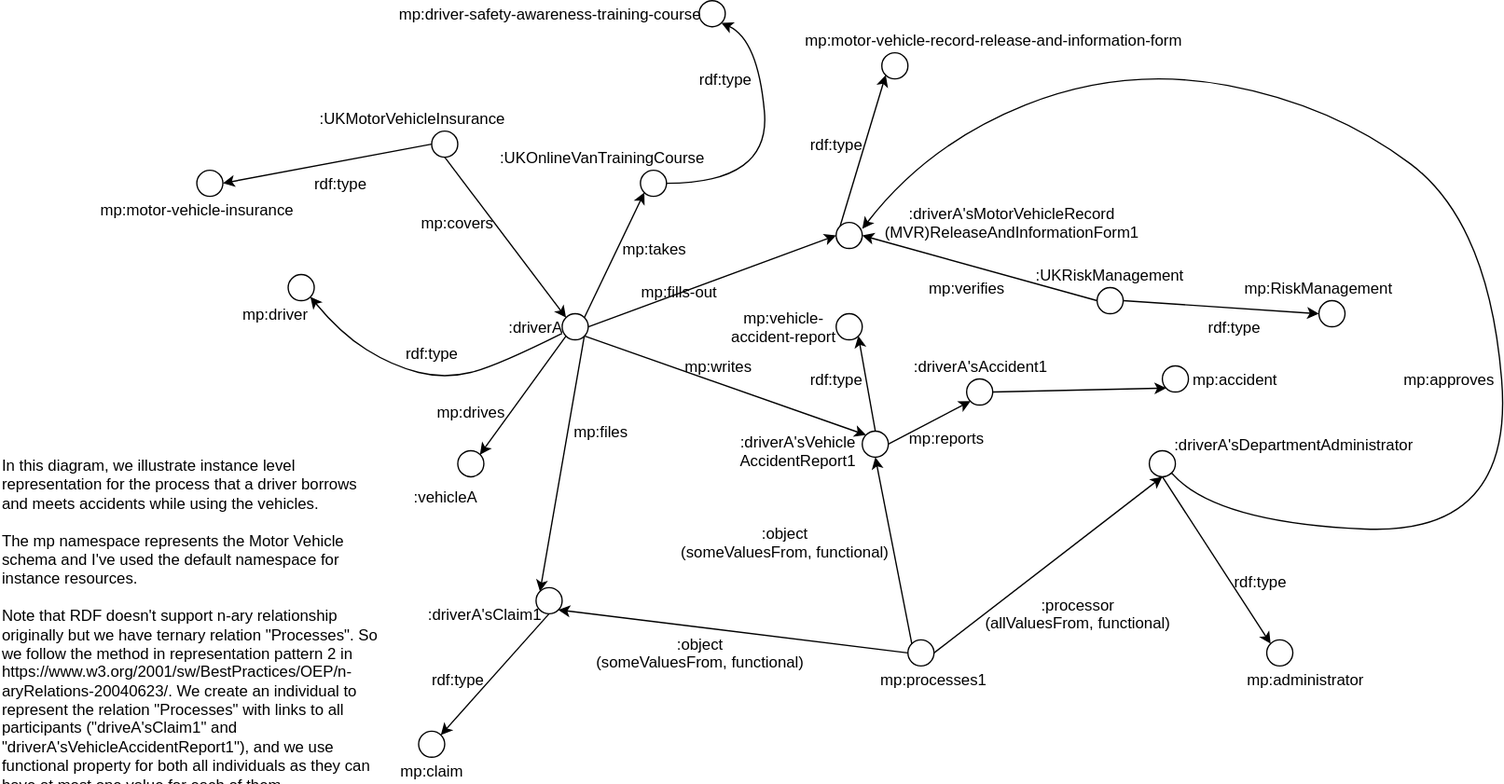
The draw.io diagram Instances_MotorPoor.svg in IS561/MotorPool, before a commit. Source tidied: cells renumbered, new cells last; positions are measured from the earlier drawing's top-left corner, leaving out a move shared by most shapes.
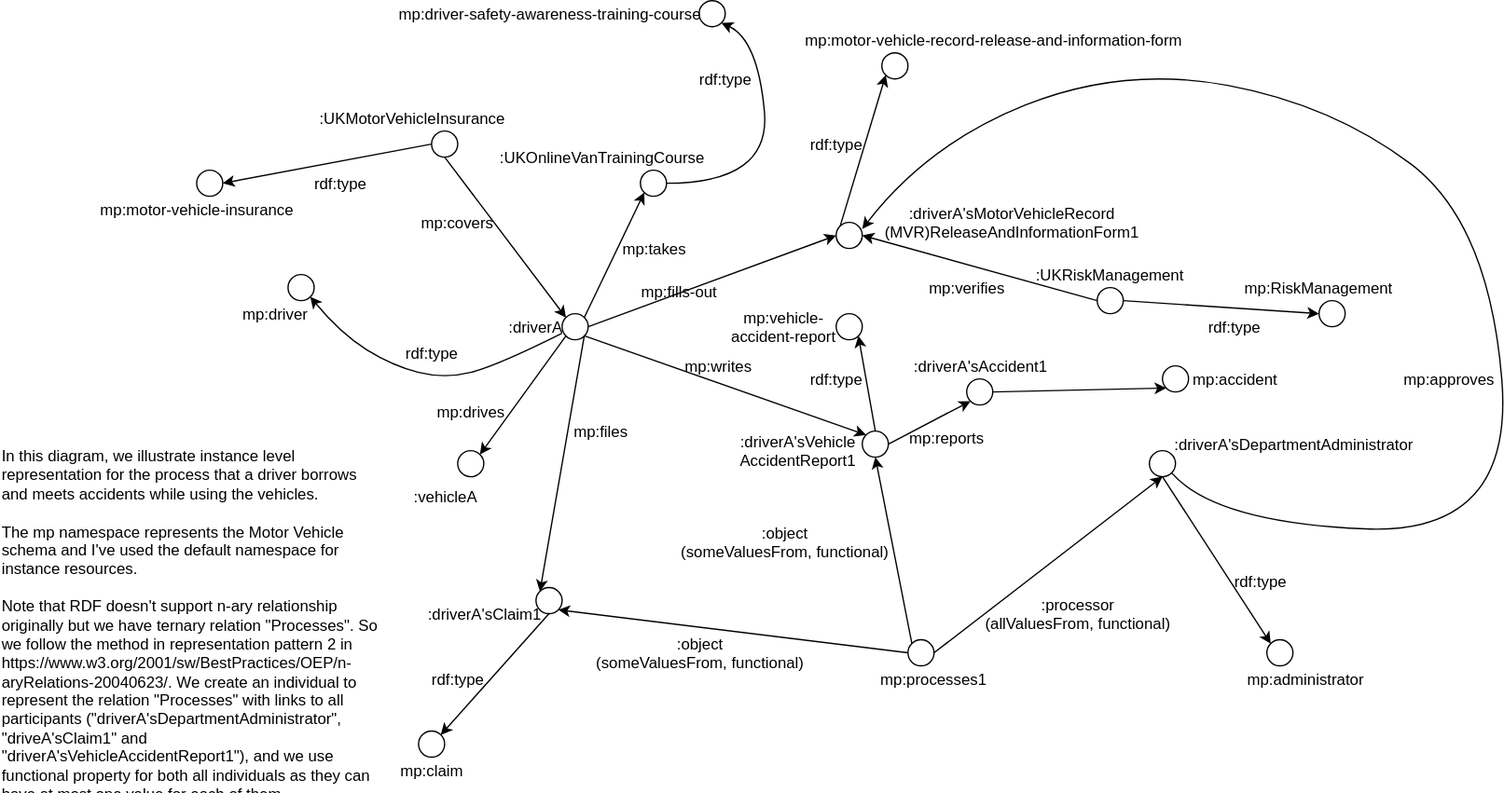
After the commit.

What changed in the source:
```diff
@@ -17,7 +17,7 @@
     <mxCell id="6" style="endArrow=classic;html=1;exitX=0.5;exitY=1;exitDx=0;exitDy=0;entryX=0;entryY=0;entryDx=0;entryDy=0;" parent="1" edge="1" source="4" target="2">
       <mxGeometry relative="1" as="geometry" />
     </mxCell>
-    <mxCell id="7" value="&lt;div style=&quot;text-align: left&quot;&gt;&lt;span&gt;In this diagram, we illustrate instance level representation for the process that a driver borrows and meets accidents while using the vehicles.&lt;/span&gt;&lt;/div&gt;&lt;div style=&quot;text-align: left&quot;&gt;&lt;br&gt;&lt;/div&gt;&lt;div style=&quot;text-align: left&quot;&gt;&lt;span&gt;The mp namespace represents the Motor Vehicle schema and I've used the default namespace for instance resources.&lt;/span&gt;&lt;/div&gt;&lt;div style=&quot;text-align: left&quot;&gt;&lt;span&gt;&lt;br&gt;&lt;/span&gt;&lt;/div&gt;&lt;div style=&quot;text-align: left&quot;&gt;&lt;span&gt;Note that RDF doesn't support&amp;nbsp;&lt;/span&gt;&lt;span style=&quot;text-align: center&quot;&gt;n-ary relationship originally but we have ternary&amp;nbsp;relation &quot;Processes&quot;. So we follow the method in representation pattern 2 in&amp;nbsp;&lt;/span&gt;&lt;/div&gt;&lt;div style=&quot;text-align: left&quot;&gt;&lt;span&gt;https://www.w3.org/2001/sw/BestPractices/OEP/n-aryRelations-20040623/. We&amp;nbsp;create an individual to represent the relation &quot;Processes&quot; with links to all participants (&quot;driveA'sClaim1&quot; and &quot;driverA'sVehicleAccidentReport1&quot;), and we use functional property for both all&amp;nbsp;&lt;/span&gt;&lt;span&gt;individuals as they can have at most one value for each of them.&amp;nbsp;&lt;/span&gt;&lt;/div&gt;" style="text;html=1;strokeColor=none;fillColor=none;align=center;verticalAlign=middle;whiteSpace=wrap;rounded=0;" parent="1" vertex="1">
+    <mxCell id="7" value="&lt;div style=&quot;text-align: left&quot;&gt;&lt;span&gt;In this diagram, we illustrate instance level representation for the process that a driver borrows and meets accidents while using the vehicles.&lt;/span&gt;&lt;/div&gt;&lt;div style=&quot;text-align: left&quot;&gt;&lt;br&gt;&lt;/div&gt;&lt;div style=&quot;text-align: left&quot;&gt;&lt;span&gt;The mp namespace represents the Motor Vehicle schema and I've used the default namespace for instance resources.&lt;/span&gt;&lt;/div&gt;&lt;div style=&quot;text-align: left&quot;&gt;&lt;span&gt;&lt;br&gt;&lt;/span&gt;&lt;/div&gt;&lt;div style=&quot;text-align: left&quot;&gt;&lt;span&gt;Note that RDF doesn't support&amp;nbsp;&lt;/span&gt;&lt;span style=&quot;text-align: center&quot;&gt;n-ary relationship originally but we have ternary&amp;nbsp;relation &quot;Processes&quot;. So we follow the method in representation pattern 2 in&amp;nbsp;&lt;/span&gt;&lt;/div&gt;&lt;div style=&quot;text-align: left&quot;&gt;&lt;span&gt;https://www.w3.org/2001/sw/BestPractices/OEP/n-aryRelations-20040623/. We&amp;nbsp;create an individual to represent the relation &quot;Processes&quot; with links to all participants (&quot;&lt;/span&gt;&lt;span&gt;driverA'sDepartmentAdministrator&quot;,&amp;nbsp;&lt;/span&gt;&lt;/div&gt;&lt;div style=&quot;text-align: left&quot;&gt;&lt;span&gt;&quot;driveA'sClaim1&quot; and &quot;driverA'sVehicleAccidentReport1&quot;), and we use functional property for both all&amp;nbsp;&lt;/span&gt;&lt;span&gt;individuals as they can have at most one value for each of them.&amp;nbsp;&lt;/span&gt;&lt;/div&gt;" style="text;html=1;strokeColor=none;fillColor=none;align=center;verticalAlign=middle;whiteSpace=wrap;rounded=0;" parent="1" vertex="1">
       <mxGeometry y="350" width="290" height="250" as="geometry" />
     </mxCell>
     <mxCell id="8" value="mp:covers" style="text;html=1;strokeColor=none;fillColor=none;align=center;verticalAlign=middle;whiteSpace=wrap;rounded=0;" parent="1" vertex="1">
```
